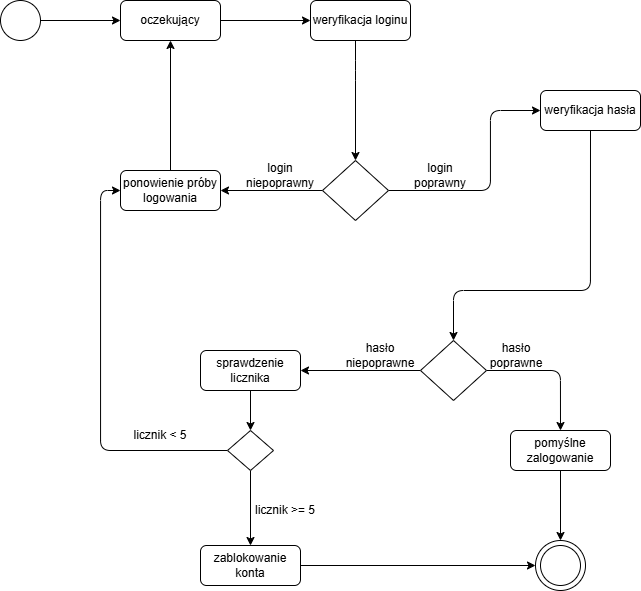
Earlier version of the draw.io export Lab_docs/8. Diagram stanu UML - system logowania.drawio.png (zuzannaoliwiak/Projekt_in-ynieria). Source tidied: cells renumbered, new cells last; positions are measured from the earlier drawing's top-left corner, leaving out a move shared by most shapes.
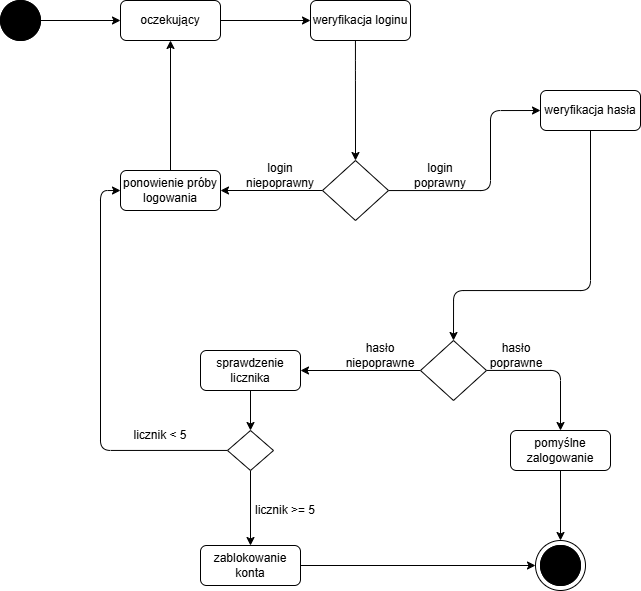
Above is the later version.

The edit, as a diff of the source:
```diff
@@ -37,6 +37,9 @@
     <mxCell id="11" style="ellipse;whiteSpace=wrap;html=1;fillColor=light-dark(#FFFFFF,#000000);rounded=0;" parent="9" vertex="1">
       <mxGeometry x="5" y="5" width="40" height="40" as="geometry" />
     </mxCell>
+    <mxCell id="36" style="ellipse;whiteSpace=wrap;html=1;fillColor=#000000;" parent="9" vertex="1">
+      <mxGeometry x="5" y="5" width="40" height="40" as="geometry" />
+    </mxCell>
     <mxCell id="12" style="edgeStyle=orthogonalEdgeStyle;jettySize=auto;html=1;entryX=0.5;entryY=0;entryDx=0;entryDy=0;" parent="1" edge="1" source="13" target="4">
       <mxGeometry relative="1" as="geometry">
         <Array as="points">
@@ -119,5 +122,8 @@
     <mxCell id="35" value="licznik &amp;lt; 5" style="text;html=1;whiteSpace=wrap;strokeColor=none;fillColor=none;align=center;verticalAlign=middle;rounded=0;" parent="1" vertex="1">
       <mxGeometry x="130" y="420" width="60" height="30" as="geometry" />
     </mxCell>
+    <mxCell id="37" style="ellipse;whiteSpace=wrap;html=1;fillColor=#000000;" parent="1" vertex="1">
+      <mxGeometry width="40" height="40" as="geometry" />
+    </mxCell>
   </root>
 </mxGraphModel>
```
